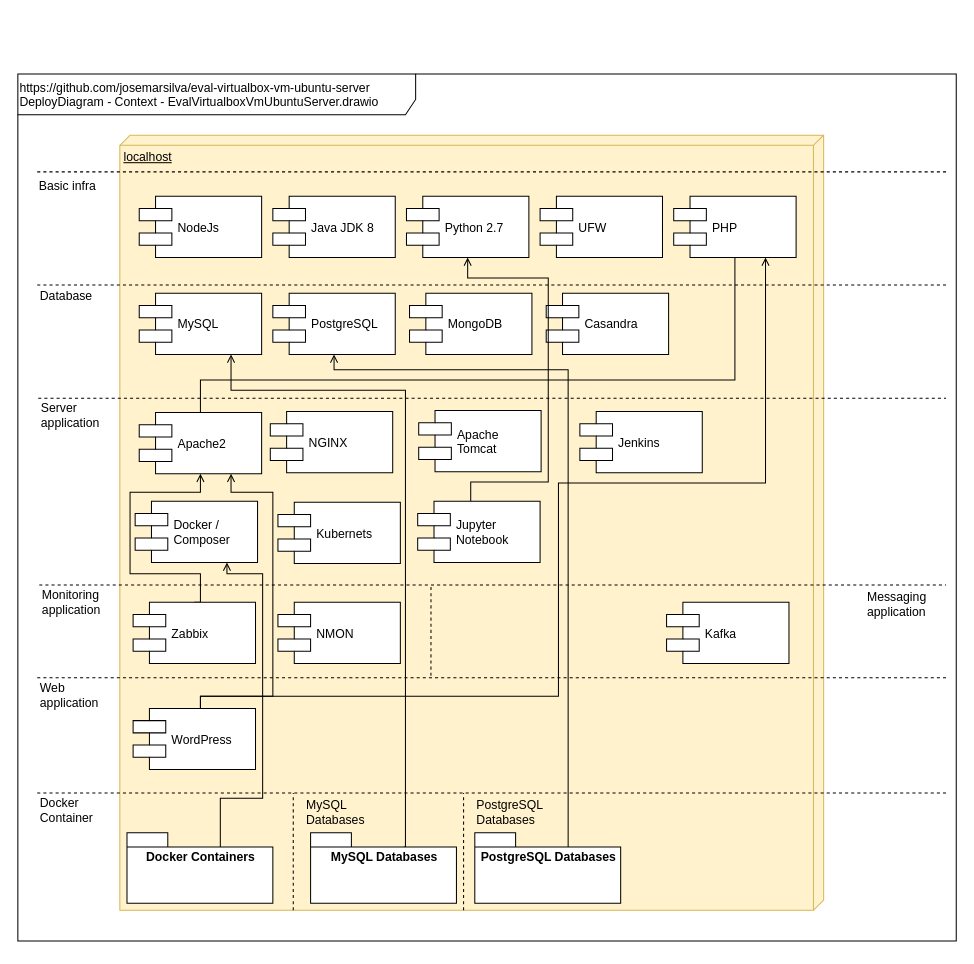
The draw.io diagram doc/images/DeployDiagram - Context - EvalVirtualboxVmUbuntuServer.drawio in josemarsilva/eval-virtualbox-vm-ubuntu-server, before the edit. Source tidied: cells renumbered, new cells numbered last; positions are measured from the earlier drawing's top-left corner, leaving out a move shared by most shapes. Both pictures are drawn from the tidied source at 102%, with x=0, y=0 at pixel (17, 73).
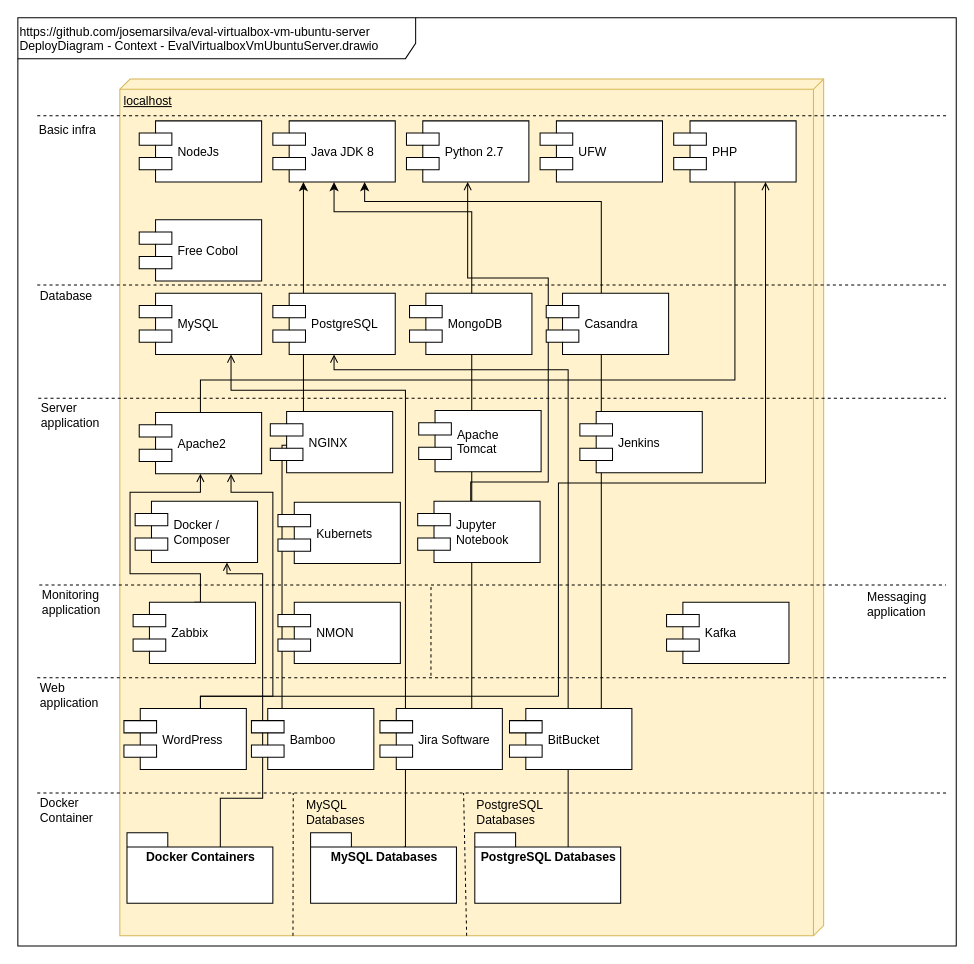
The same diagram, later.

The change refers to these unchanged cells:
```xml
<mxCell id="32" value="Jupyter &#10;Notebook" style="shape=component;align=left;spacingLeft=36;" parent="1" vertex="1">
  <mxGeometry x="392" y="419" width="120" height="60" as="geometry" />
</mxCell>
```

What changed in the source:
```diff
@@
     <mxCell id="2" value="&lt;div style=&quot;text-align: left&quot;&gt;&lt;span&gt;https://github.com/josemarsilva/eval-virtualbox-vm-ubuntu-server&lt;/span&gt;&lt;/div&gt;&lt;div style=&quot;text-align: left&quot;&gt;&lt;span&gt;DeployDiagram - Context - EvalVirtualboxVmUbuntuServer.drawio&lt;br&gt;&lt;/span&gt;&lt;/div&gt;" style="shape=umlFrame;whiteSpace=wrap;html=1;width=390;height=40;align=left;verticalAlign=top;" parent="1" vertex="1">
-      <mxGeometry width="920" height="850" as="geometry" />
+      <mxGeometry y="-55" width="920" height="910" as="geometry" />
     </mxCell>
     <mxCell id="3" value="localhost" style="verticalAlign=top;align=left;spacingTop=8;spacingLeft=2;spacingRight=12;shape=cube;size=10;direction=south;fontStyle=4;html=1;fillColor=#fff2cc;strokeColor=#d6b656;" parent="1" vertex="1">
-      <mxGeometry x="100" y="60" width="690" height="760" as="geometry" />
+      <mxGeometry x="100" y="5" width="690" height="840" as="geometry" />
     </mxCell>
+    <mxCell id="53" style="edgeStyle=orthogonalEdgeStyle;rounded=0;jettySize=auto;html=1;entryX=0.5;entryY=1;entryDx=0;entryDy=0;exitX=0.5;exitY=0;exitDx=0;exitDy=0;" parent="1" edge="1" source="57" target="7">
+      <mxGeometry relative="1" as="geometry">
+        <Array as="points">
+          <mxPoint x="445" y="622" />
+          <mxPoint x="445" y="135" />
+          <mxPoint x="310" y="135" />
+        </Array>
+      </mxGeometry>
+    </mxCell>
+    <mxCell id="54" style="edgeStyle=orthogonalEdgeStyle;rounded=0;jettySize=auto;html=1;entryX=0.25;entryY=1;entryDx=0;entryDy=0;exitX=0.25;exitY=0;exitDx=0;exitDy=0;" parent="1" edge="1" source="56" target="7">
+      <mxGeometry relative="1" as="geometry" />
+    </mxCell>
     <mxCell id="4" value="NodeJs" style="shape=component;align=left;spacingLeft=36;" parent="1" vertex="1">
-      <mxGeometry x="119" y="120" width="120" height="60" as="geometry" />
+      <mxGeometry x="119" y="46" width="120" height="60" as="geometry" />
     </mxCell>
@@
     <mxCell id="6" style="line;strokeWidth=1;fillColor=none;align=left;verticalAlign=middle;spacingTop=-1;spacingLeft=3;spacingRight=3;labelPosition=right;dashed=1;" parent="1" vertex="1">
-      <mxGeometry x="19" y="92" width="891" height="8" as="geometry" />
+      <mxGeometry x="19" y="37" width="891" height="8" as="geometry" />
     </mxCell>
     <mxCell id="7" value="Java JDK 8" style="shape=component;align=left;spacingLeft=36;" parent="1" vertex="1">
-      <mxGeometry x="250" y="120" width="120" height="60" as="geometry" />
+      <mxGeometry x="250" y="46" width="120" height="60" as="geometry" />
     </mxCell>
     <mxCell id="8" value="Python 2.7" style="shape=component;align=left;spacingLeft=36;" parent="1" vertex="1">
-      <mxGeometry x="381" y="120" width="120" height="60" as="geometry" />
+      <mxGeometry x="381" y="46" width="120" height="60" as="geometry" />
     </mxCell>
@@
-    <mxCell id="13" value="Casandra" style="shape=component;align=left;spacingLeft=36;" parent="1" vertex="1">
-      <mxGeometry x="518" y="215" width="120" height="60" as="geometry" />
-    </mxCell>
@@
     <mxCell id="18" value="UFW" style="shape=component;align=left;spacingLeft=36;" parent="1" vertex="1">
-      <mxGeometry x="512" y="120" width="120" height="60" as="geometry" />
+      <mxGeometry x="512" y="46" width="120" height="60" as="geometry" />
     </mxCell>
@@
     <mxCell id="20" value="PHP" style="shape=component;align=left;spacingLeft=36;" parent="1" vertex="1">
-      <mxGeometry x="643" y="120" width="120" height="60" as="geometry" />
+      <mxGeometry x="643" y="46" width="120" height="60" as="geometry" />
     </mxCell>
@@
     <mxCell id="22" value="Basic infra" style="text;html=1;align=left;verticalAlign=middle;fillColor=none;strokeColor=none;rounded=0;dashed=1;" parent="1" vertex="1">
-      <mxGeometry x="19" y="100" width="70" height="20" as="geometry" />
+      <mxGeometry x="19" y="45" width="70" height="20" as="geometry" />
     </mxCell>
-    <mxCell id="23" value="Jenkins" style="shape=component;align=left;spacingLeft=36;" parent="1" vertex="1">
-      <mxGeometry x="551" y="331" width="120" height="60" as="geometry" />
-    </mxCell>
@@
-    <mxCell id="31" style="edgeStyle=orthogonalEdgeStyle;rounded=0;jettySize=auto;html=1;endArrow=open;endFill=0;" parent="1" edge="1" source="32" target="8">
+    <mxCell id="31" style="edgeStyle=orthogonalEdgeStyle;rounded=0;jettySize=auto;html=1;endArrow=open;endFill=0;entryX=0.5;entryY=1;entryDx=0;entryDy=0;" parent="1" edge="1" source="32" target="8">
       <mxGeometry relative="1" as="geometry">
         <Array as="points">
           <mxPoint x="444" y="400" />
           <mxPoint x="520" y="400" />
           <mxPoint x="520" y="200" />
           <mxPoint x="441" y="200" />
         </Array>
       </mxGeometry>
     </mxCell>
@@
-    <mxCell id="39" style="edgeStyle=orthogonalEdgeStyle;rounded=0;jettySize=auto;html=1;entryX=0.75;entryY=1;entryDx=0;entryDy=0;endArrow=open;endFill=0;exitX=0.5;exitY=0;exitDx=0;exitDy=0;" parent="1" edge="1" source="40" target="20">
+    <mxCell id="39" style="edgeStyle=orthogonalEdgeStyle;rounded=0;jettySize=auto;html=1;endArrow=open;endFill=0;exitX=0.5;exitY=0;exitDx=0;exitDy=0;" parent="1" edge="1" source="40" target="20">
       <mxGeometry relative="1" as="geometry">
         <Array as="points">
+          <mxPoint x="179" y="622" />
           <mxPoint x="179" y="610" />
           <mxPoint x="530" y="610" />
           <mxPoint x="530" y="401" />
           <mxPoint x="733" y="401" />
         </Array>
       </mxGeometry>
     </mxCell>
     <mxCell id="40" value="WordPress" style="shape=component;align=left;spacingLeft=36;" parent="1" vertex="1">
-      <mxGeometry x="113" y="622" width="120" height="60" as="geometry" />
+      <mxGeometry x="104" y="622" width="120" height="60" as="geometry" />
     </mxCell>
@@
-    <mxCell id="45" style="endArrow=none;dashed=1;html=1;entryX=0.432;entryY=0.5;entryDx=0;entryDy=0;entryPerimeter=0;" parent="1" edge="1">
+    <mxCell id="45" style="endArrow=none;dashed=1;html=1;entryX=0.432;entryY=0.5;entryDx=0;entryDy=0;entryPerimeter=0;exitX=1;exitY=0.754;exitDx=0;exitDy=0;exitPerimeter=0;" parent="1" edge="1" source="3">
       <mxGeometry relative="1" as="geometry">
-        <mxPoint x="270" y="820" as="sourcePoint" />
         <mxPoint x="270" y="705" as="targetPoint" />
       </mxGeometry>
     </mxCell>
@@
-    <mxCell id="49" style="endArrow=none;dashed=1;html=1;entryX=0.432;entryY=0.5;entryDx=0;entryDy=0;entryPerimeter=0;" parent="1" edge="1">
+    <mxCell id="49" style="endArrow=none;dashed=1;html=1;entryX=0.432;entryY=0.5;entryDx=0;entryDy=0;entryPerimeter=0;exitX=0;exitY=0;exitDx=840;exitDy=350;exitPerimeter=0;" parent="1" edge="1" source="3">
       <mxGeometry relative="1" as="geometry">
-        <mxPoint x="437" y="820" as="sourcePoint" />
         <mxPoint x="437" y="705" as="targetPoint" />
       </mxGeometry>
     </mxCell>
@@
+    <mxCell id="55" value="Free Cobol" style="shape=component;align=left;spacingLeft=36;" parent="1" vertex="1">
+      <mxGeometry x="119" y="143" width="120" height="60" as="geometry" />
+    </mxCell>
+    <mxCell id="56" value="Bamboo" style="shape=component;align=left;spacingLeft=36;" parent="1" vertex="1">
+      <mxGeometry x="229" y="622" width="120" height="60" as="geometry" />
+    </mxCell>
+    <mxCell id="57" value="Jira Software" style="shape=component;align=left;spacingLeft=36;" parent="1" vertex="1">
+      <mxGeometry x="355" y="622" width="120" height="60" as="geometry" />
+    </mxCell>
+    <mxCell id="58" style="edgeStyle=orthogonalEdgeStyle;rounded=0;jettySize=auto;html=1;entryX=0.75;entryY=1;entryDx=0;entryDy=0;exitX=0.75;exitY=0;exitDx=0;exitDy=0;" parent="1" edge="1" source="59" target="7">
+      <mxGeometry relative="1" as="geometry">
+        <Array as="points">
+          <mxPoint x="572" y="125" />
+          <mxPoint x="340" y="125" />
+        </Array>
+      </mxGeometry>
+    </mxCell>
+    <mxCell id="59" value="BitBucket" style="shape=component;align=left;spacingLeft=36;" parent="1" vertex="1">
+      <mxGeometry x="482" y="622" width="120" height="60" as="geometry" />
+    </mxCell>
+    <mxCell id="13" value="Casandra" style="shape=component;align=left;spacingLeft=36;" parent="1" vertex="1">
+      <mxGeometry x="518" y="215" width="120" height="60" as="geometry" />
+    </mxCell>
+    <mxCell id="23" value="Jenkins" style="shape=component;align=left;spacingLeft=36;" parent="1" vertex="1">
+      <mxGeometry x="551" y="331" width="120" height="60" as="geometry" />
+    </mxCell>
```
